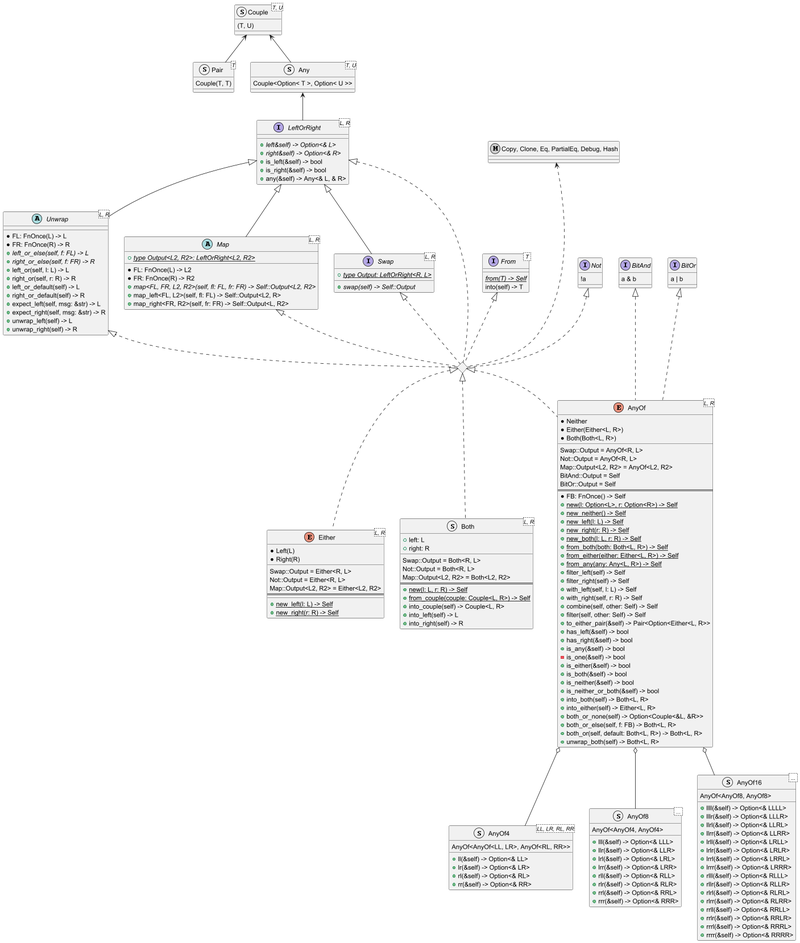
Earlier version of the PlantUML export doc/any_of-type-diagram.png (Trehinos/any_of).
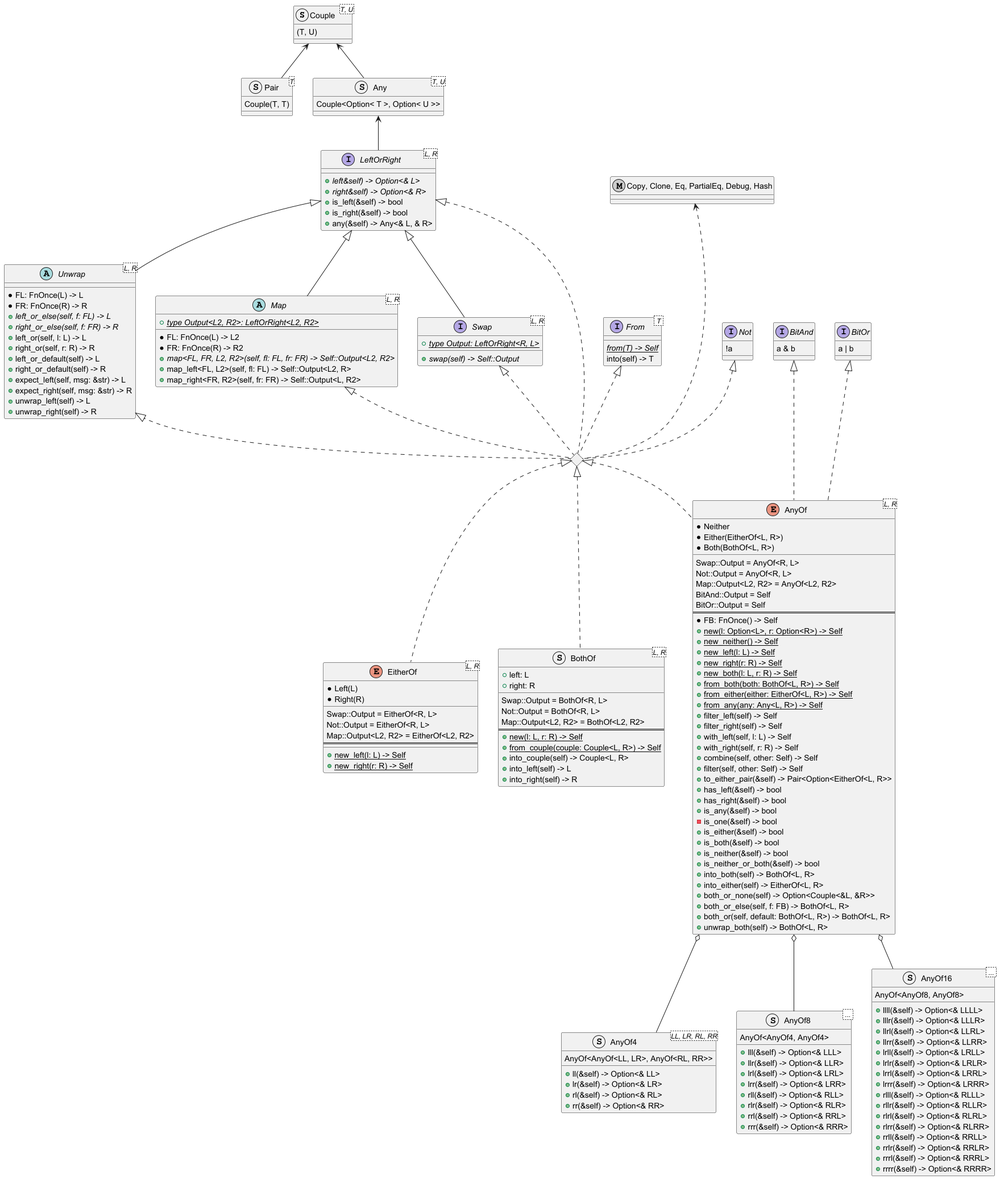
The same diagram one commit later.

Commit message:
Update type naming from `Either`/`Both` to `EitherOf`/`BothOf`

Diff of the diagram source:
```diff
@@ -82,27 +82,27 @@
 Map <|.. "LeftOrRight+Swap+Map+Unwrap+Not"
 Unwrap <|.. "LeftOrRight+Swap+Map+Unwrap+Not"
 
-"LeftOrRight+Swap+Map+Unwrap+Not" <|.. Either
-enum Either<L, R> {
+"LeftOrRight+Swap+Map+Unwrap+Not" <|.. EitherOf
+enum EitherOf<L, R> {
     * Left(L)
     * Right(R)
     __
-    Swap::Output = Either<R, L>
-    Not::Output = Either<R, L>
-    Map::Output<L2, R2> = Either<L2, R2>
+    Swap::Output = EitherOf<R, L>
+    Not::Output = EitherOf<R, L>
+    Map::Output<L2, R2> = EitherOf<L2, R2>
     ==
     __
     + {static} new_left(l: L) -> Self
     + {static} new_right(r: R) -> Self
 }
 
-struct Both<L, R> {
+struct BothOf<L, R> {
     + left: L
     + right: R
     __
-    Swap::Output = Both<R, L>
-    Not::Output = Both<R, L>
-    Map::Output<L2, R2> = Both<L2, R2>
+    Swap::Output = BothOf<R, L>
+    Not::Output = BothOf<R, L>
+    Map::Output<L2, R2> = BothOf<L2, R2>
     ==
     + {static} new(l: L, r: R) -> Self
     + {static} from_couple(couple: Couple<L, R>) -> Self
@@ -110,15 +110,15 @@
     + into_left(self) -> L
     + into_right(self) -> R
 }
-"LeftOrRight+Swap+Map+Unwrap+Not" <|.. Both
+"LeftOrRight+Swap+Map+Unwrap+Not" <|.. BothOf
 
 BitAnd <|... AnyOf
 BitOr <|... AnyOf
 "LeftOrRight+Swap+Map+Unwrap+Not" <|.. AnyOf
 enum AnyOf<L, R> {
     * Neither
-    * Either(Either<L, R>)
-    * Both(Both<L, R>)
+    * Either(EitherOf<L, R>)
+    * Both(BothOf<L, R>)
     __
     Swap::Output = AnyOf<R, L>
     Not::Output = AnyOf<R, L>
@@ -132,8 +132,8 @@
     + {static} new_left(l: L) -> Self
     + {static} new_right(r: R) -> Self
     + {static} new_both(l: L, r: R) -> Self
-    + {static} from_both(both: Both<L, R>) -> Self
-    + {static} from_either(either: Either<L, R>) -> Self
+    + {static} from_both(both: BothOf<L, R>) -> Self
+    + {static} from_either(either: EitherOf<L, R>) -> Self
     + {static} from_any(any: Any<L, R>) -> Self
     + filter_left(self) -> Self
     + filter_right(self) -> Self
@@ -141,7 +141,7 @@
     + with_right(self, r: R) -> Self
     + combine(self, other: Self) -> Self
     + filter(self, other: Self) -> Self
-    + to_either_pair(&self) -> Pair<Option<Either<L, R>>
+    + to_either_pair(&self) -> Pair<Option<EitherOf<L, R>>
     + has_left(&self) -> bool
     + has_right(&self) -> bool
     + is_any(&self) -> bool
@@ -150,12 +150,12 @@
     + is_both(&self) -> bool
     + is_neither(&self) -> bool
     + is_neither_or_both(&self) -> bool
-    + into_both(self) -> Both<L, R>
-    + into_either(self) -> Either<L, R>
+    + into_both(self) -> BothOf<L, R>
+    + into_either(self) -> EitherOf<L, R>
     + both_or_none(self) -> Option<Couple<&L, &R>>
-    + both_or_else(self, f: FB) -> Both<L, R>
-    + both_or(self, default: Both<L, R>) -> Both<L, R>
-    + unwrap_both(self) -> Both<L, R>
+    + both_or_else(self, f: FB) -> BothOf<L, R>
+    + both_or(self, default: BothOf<L, R>) -> BothOf<L, R>
+    + unwrap_both(self) -> BothOf<L, R>
 }
 
 struct AnyOf4<LL, LR, RL, RR> {
```
